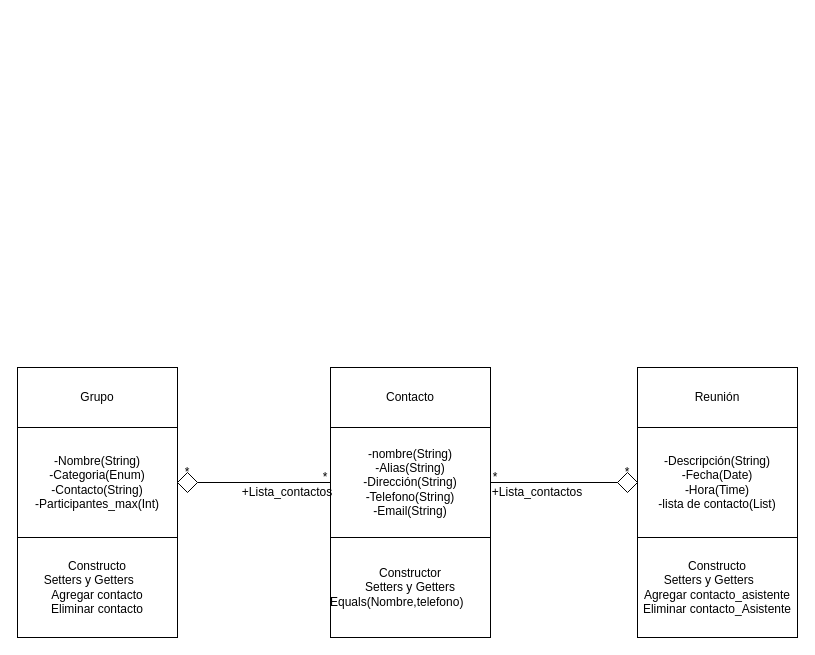
This is clases.dio from Juanda2312/Agenda, a draw.io file, before an edit. Source tidied: cells renumbered, new cells numbered last; positions are measured from the earlier drawing's top-left corner, leaving out a move shared by most shapes. Both pictures are drawn from the tidied source at 100%, with x=0, y=0 at pixel (17, 367).
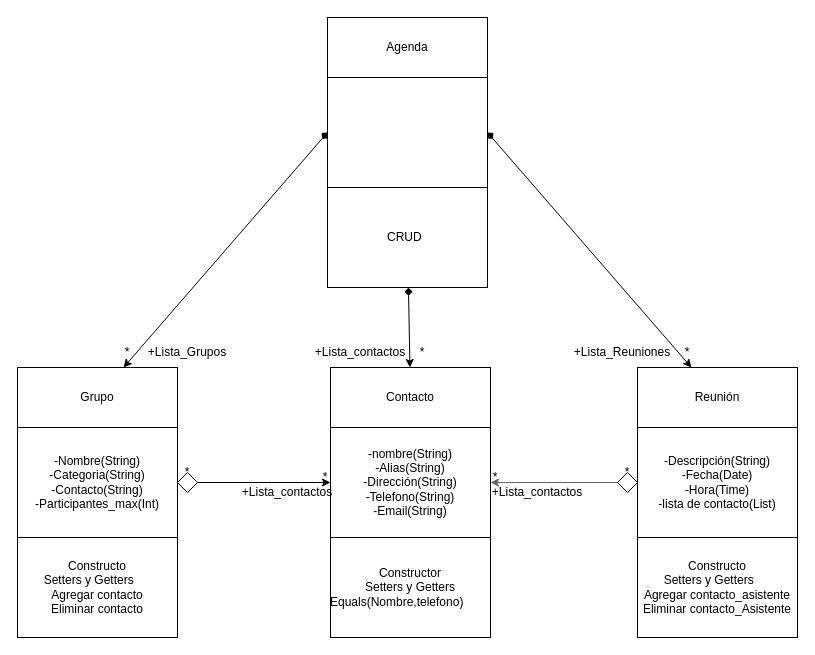
The same page after the edit.

Unchanged cells that the change refers to:
```xml
<mxCell id="3" value="-nombre(String)&lt;br&gt;-Alias(String)&lt;br&gt;-Dirección(String)&lt;br&gt;-Telefono(String)&lt;br&gt;-Email(String)" style="rounded=0;whiteSpace=wrap;html=1;" parent="1" vertex="1">
  <mxGeometry x="313" y="60" width="160" height="110" as="geometry" />
</mxCell>
<mxCell id="4" value="Contacto" style="rounded=0;whiteSpace=wrap;html=1;" parent="1" vertex="1">
  <mxGeometry x="313" width="160" height="60" as="geometry" />
</mxCell>
<mxCell id="7" value="Grupo" style="rounded=0;whiteSpace=wrap;html=1;" parent="1" vertex="1">
  <mxGeometry width="160" height="60" as="geometry" />
</mxCell>
<mxCell id="10" value="Reunión" style="rounded=0;whiteSpace=wrap;html=1;" parent="1" vertex="1">
  <mxGeometry x="620" width="160" height="60" as="geometry" />
</mxCell>
<mxCell id="13" style="rhombus;whiteSpace=wrap;html=1;fillColor=default;" parent="1" vertex="1">
  <mxGeometry x="160" y="105" width="20" height="20" as="geometry" />
</mxCell>
<mxCell id="17" style="rhombus;whiteSpace=wrap;html=1;fillColor=default;" parent="1" vertex="1">
  <mxGeometry x="600" y="105" width="20" height="20" as="geometry" />
</mxCell>
```

Diff of the diagram source:
```diff
@@
+    <mxCell id="23" style="edgeStyle=none;html=1;startArrow=classic;startFill=1;endArrow=diamond;endFill=1;" parent="1" edge="1" source="4" target="28">
+      <mxGeometry relative="1" as="geometry" />
+    </mxCell>
@@
-    <mxCell id="6" value="-Nombre(String)&lt;br&gt;-Categoria(Enum)&lt;br&gt;-Contacto(String)&lt;br&gt;-Participantes_max(Int)" style="rounded=0;whiteSpace=wrap;html=1;" parent="1" vertex="1">
+    <mxCell id="6" value="-Nombre(String)&lt;br&gt;-Categoria(String)&lt;br&gt;-Contacto(String)&lt;br&gt;-Participantes_max(Int)" style="rounded=0;whiteSpace=wrap;html=1;" parent="1" vertex="1">
       <mxGeometry y="60" width="160" height="110" as="geometry" />
     </mxCell>
+    <mxCell id="24" style="edgeStyle=none;html=1;startArrow=classic;startFill=1;endArrow=diamond;endFill=1;entryX=0;entryY=0.5;entryDx=0;entryDy=0;" parent="1" edge="1" source="7" target="26">
+      <mxGeometry relative="1" as="geometry" />
+    </mxCell>
@@
+    <mxCell id="25" style="edgeStyle=none;html=1;startArrow=classic;startFill=1;endArrow=diamond;endFill=1;entryX=1;entryY=0.5;entryDx=0;entryDy=0;" parent="1" edge="1" source="10" target="26">
+      <mxGeometry relative="1" as="geometry" />
+    </mxCell>
@@
-    <mxCell id="12" style="edgeStyle=none;html=1;endArrow=none;" parent="1" edge="1" source="3" target="13">
+    <mxCell id="12" style="edgeStyle=none;html=1;endArrow=none;startArrow=classic;startFill=1;" parent="1" edge="1" source="3" target="13">
       <mxGeometry relative="1" as="geometry" />
     </mxCell>
@@
-    <mxCell id="16" style="endArrow=none;html=1;strokeColor=default;" parent="1" edge="1" target="17">
+    <mxCell id="16" style="endArrow=none;html=1;strokeColor=#666666;startArrow=classic;startFill=1;fillColor=#f5f5f5;" parent="1" edge="1" target="17">
       <mxGeometry relative="1" as="geometry">
         <mxPoint x="473" y="115" as="sourcePoint" />
       </mxGeometry>
     </mxCell>
@@
+    <mxCell id="26" style="rounded=0;whiteSpace=wrap;html=1;" parent="1" vertex="1">
+      <mxGeometry x="310" y="-290" width="160" height="110" as="geometry" />
+    </mxCell>
+    <mxCell id="27" value="Agenda" style="rounded=0;whiteSpace=wrap;html=1;" parent="1" vertex="1">
+      <mxGeometry x="310" y="-350" width="160" height="60" as="geometry" />
+    </mxCell>
+    <mxCell id="28" value="&amp;nbsp; CRUD&lt;span style=&quot;white-space: pre;&quot;&gt;&#9;&lt;/span&gt;" style="rounded=0;whiteSpace=wrap;html=1;fillColor=default;" parent="1" vertex="1">
+      <mxGeometry x="310" y="-180" width="160" height="100" as="geometry" />
+    </mxCell>
+    <mxCell id="29" value="+Lista_contactos" style="text;html=1;strokeColor=none;fillColor=none;align=center;verticalAlign=middle;whiteSpace=wrap;rounded=0;" parent="1" vertex="1">
+      <mxGeometry x="313" y="-30" width="60" height="30" as="geometry" />
+    </mxCell>
+    <mxCell id="30" value="+Lista_Grupos" style="text;html=1;strokeColor=none;fillColor=none;align=center;verticalAlign=middle;whiteSpace=wrap;rounded=0;" parent="1" vertex="1">
+      <mxGeometry x="140" y="-30" width="60" height="30" as="geometry" />
+    </mxCell>
+    <mxCell id="31" value="+Lista_Reuniones" style="text;html=1;strokeColor=none;fillColor=none;align=center;verticalAlign=middle;whiteSpace=wrap;rounded=0;" parent="1" vertex="1">
+      <mxGeometry x="575" y="-30" width="60" height="30" as="geometry" />
+    </mxCell>
+    <mxCell id="32" value="*" style="text;html=1;strokeColor=none;fillColor=none;align=center;verticalAlign=middle;whiteSpace=wrap;rounded=0;" parent="1" vertex="1">
+      <mxGeometry x="375" y="-30" width="60" height="30" as="geometry" />
+    </mxCell>
+    <mxCell id="33" value="*" style="text;html=1;strokeColor=none;fillColor=none;align=center;verticalAlign=middle;whiteSpace=wrap;rounded=0;" parent="1" vertex="1">
+      <mxGeometry x="640" y="-30" width="60" height="30" as="geometry" />
+    </mxCell>
+    <mxCell id="34" value="*" style="text;html=1;strokeColor=none;fillColor=none;align=center;verticalAlign=middle;whiteSpace=wrap;rounded=0;" parent="1" vertex="1">
+      <mxGeometry x="80" y="-30" width="60" height="30" as="geometry" />
+    </mxCell>
```
